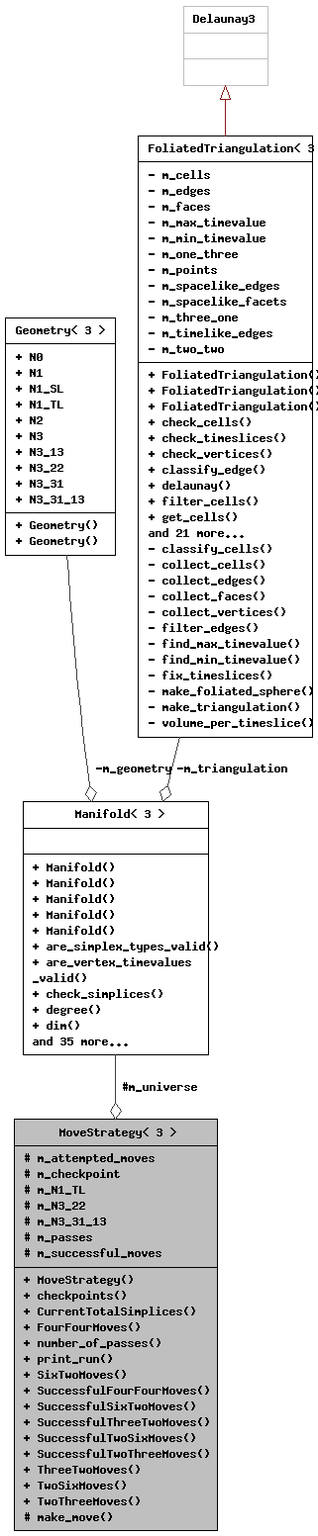
The Graphviz diagram class_move_strategy_3_013_01_4__coll__graph.png in acgetchell/CDT-plusplus, before a commit. Its source is kept beside it as class_move_strategy_3_013_01_4__coll__graph.dot.
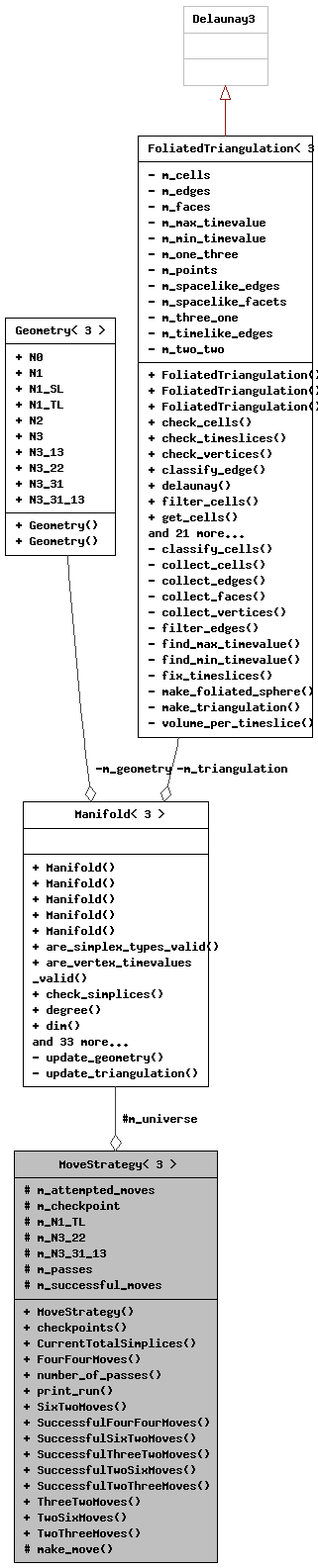
After the commit.

Diff of the diagram source:
```diff
@@ -4,7 +4,7 @@
   node [fontname="Helvetica",fontsize="10",shape=record];
   Node1 [label="{MoveStrategy\< 3 \>\n|# m_attempted_moves\l# m_checkpoint\l# m_N1_TL\l# m_N3_22\l# m_N3_31_13\l# m_passes\l# m_successful_moves\l|+ MoveStrategy()\l+ checkpoints()\l+ CurrentTotalSimplices()\l+ FourFourMoves()\l+ number_of_passes()\l+ print_run()\l+ SixTwoMoves()\l+ SuccessfulFourFourMoves()\l+ SuccessfulSixTwoMoves()\l+ SuccessfulThreeTwoMoves()\l+ SuccessfulTwoSixMoves()\l+ SuccessfulTwoThreeMoves()\l+ ThreeTwoMoves()\l+ TwoSixMoves()\l+ TwoThreeMoves()\l# make_move()\l}",height=0.2,width=0.4,color="black", fillcolor="grey75", style="filled", fontcolor="black",tooltip=" "];
   Node2 -> Node1 [color="grey25",fontsize="10",style="solid",label=" #m_universe" ,arrowhead="odiamond",fontname="Helvetica"];
-  Node2 [label="{Manifold\< 3 \>\n||+ Manifold()\l+ Manifold()\l+ Manifold()\l+ Manifold()\l+ Manifold()\l+ are_simplex_types_valid()\l+ are_vertex_timevalues\l_valid()\l+ check_simplices()\l+ degree()\l+ dim()\land 35 more...\l}",height=0.2,width=0.4,color="black", fillcolor="white", style="filled",URL="$class_manifold_3_013_01_4.html",tooltip="3D Manifold"];
+  Node2 [label="{Manifold\< 3 \>\n||+ Manifold()\l+ Manifold()\l+ Manifold()\l+ Manifold()\l+ Manifold()\l+ are_simplex_types_valid()\l+ are_vertex_timevalues\l_valid()\l+ check_simplices()\l+ degree()\l+ dim()\land 33 more...\l- update_geometry()\l- update_triangulation()\l}",height=0.2,width=0.4,color="black", fillcolor="white", style="filled",URL="$class_manifold_3_013_01_4.html",tooltip="3D Manifold"];
   Node3 -> Node2 [color="grey25",fontsize="10",style="solid",label=" -m_geometry" ,arrowhead="odiamond",fontname="Helvetica"];
   Node3 [label="{Geometry\< 3 \>\n|+ N0\l+ N1\l+ N1_SL\l+ N1_TL\l+ N2\l+ N3\l+ N3_13\l+ N3_22\l+ N3_31\l+ N3_31_13\l|+ Geometry()\l+ Geometry()\l}",height=0.2,width=0.4,color="black", fillcolor="white", style="filled",URL="$struct_geometry_3_013_01_4.html",tooltip="3D Geometry"];
   Node4 -> Node2 [color="grey25",fontsize="10",style="solid",label=" -m_triangulation" ,arrowhead="odiamond",fontname="Helvetica"];
```
